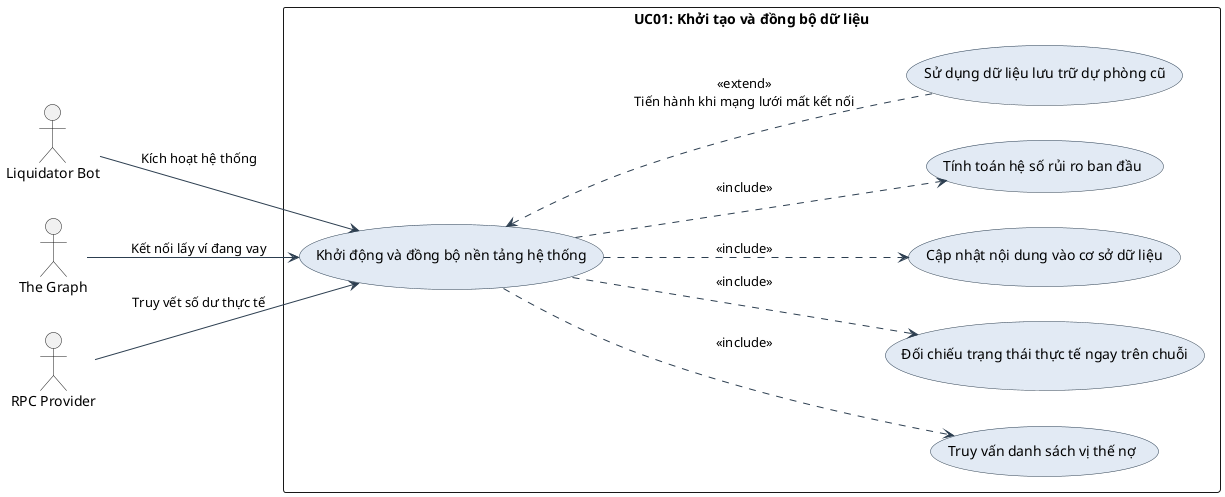
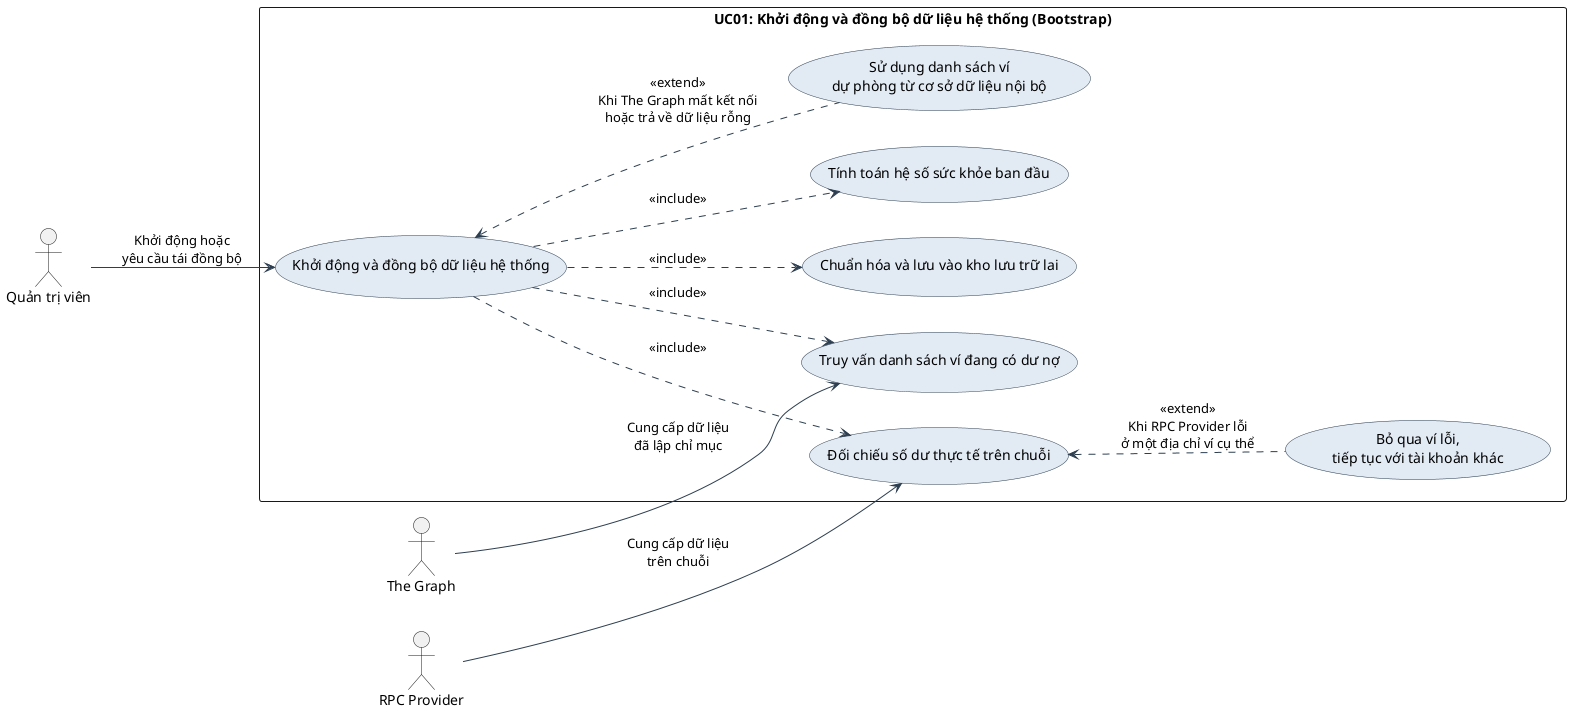
﻿@startuml
skinparam packageStyle rectangle
skinparam backgroundColor #FFFFFF
skinparam usecase {
    BackgroundColor #E2EAF4
    BorderColor #2C3E50
    ArrowColor #2C3E50
    FontName Arial
}

left to right direction

- actor "Liquidator Bot" as Bot
+ actor "Quản trị viên" as Admin
actor "The Graph" as Graph
actor "RPC Provider" as RPC

- rectangle "UC01: Khởi tạo và đồng bộ dữ liệu" {
+ rectangle "UC01: Khởi động và đồng bộ dữ liệu hệ thống (Bootstrap)" {

-     usecase "Khởi động và đồng bộ nền tảng hệ thống" as UC01
+     usecase "Khởi động và đồng bộ dữ liệu hệ thống" as UC01

-     usecase "Truy vấn danh sách vị thế nợ" as Sub1
-     usecase "Đối chiếu trạng thái thực tế ngay trên chuỗi" as Sub2
-     usecase "Cập nhật nội dung vào cơ sở dữ liệu" as Sub3
-     usecase "Tính toán hệ số rủi ro ban đầu" as Sub4
+     usecase "Truy vấn danh sách ví đang có dư nợ" as Sub1
+     usecase "Đối chiếu số dư thực tế trên chuỗi" as Sub2
+     usecase "Chuẩn hóa và lưu vào kho lưu trữ lai" as Sub3
+     usecase "Tính toán hệ số sức khỏe ban đầu" as Sub4

-     usecase "Sử dụng dữ liệu lưu trữ dự phòng cũ" as Ext1
+     usecase "Sử dụng danh sách ví\ndự phòng từ cơ sở dữ liệu nội bộ" as Ext1
+     usecase "Bỏ qua ví lỗi,\ntiếp tục với tài khoản khác" as Ext2
}

- Bot --> UC01 : "Kích hoạt hệ thống"
- Graph --> UC01 : "Kết nối lấy ví đang vay"
- RPC --> UC01 : "Truy vết số dư thực tế"
+ Admin --> UC01 : "Khởi động hoặc\nyêu cầu tái đồng bộ"
+ Graph --> Sub1 : "Cung cấp dữ liệu\nđã lập chỉ mục"
+ RPC --> Sub2 : "Cung cấp dữ liệu\ntrên chuỗi"

UC01 ..> Sub1 : <<include>>
UC01 ..> Sub2 : <<include>>
UC01 ..> Sub3 : <<include>>
UC01 ..> Sub4 : <<include>>

- Ext1 .up.> UC01 : <<extend>>\nTiến hành khi mạng lưới mất kết nối
+ Ext1 .up.> UC01 : <<extend>>\nKhi The Graph mất kết nối\nhoặc trả về dữ liệu rỗng
+ Ext2 .up.> Sub2 : <<extend>>\nKhi RPC Provider lỗi\nở một địa chỉ ví cụ thể

@enduml
